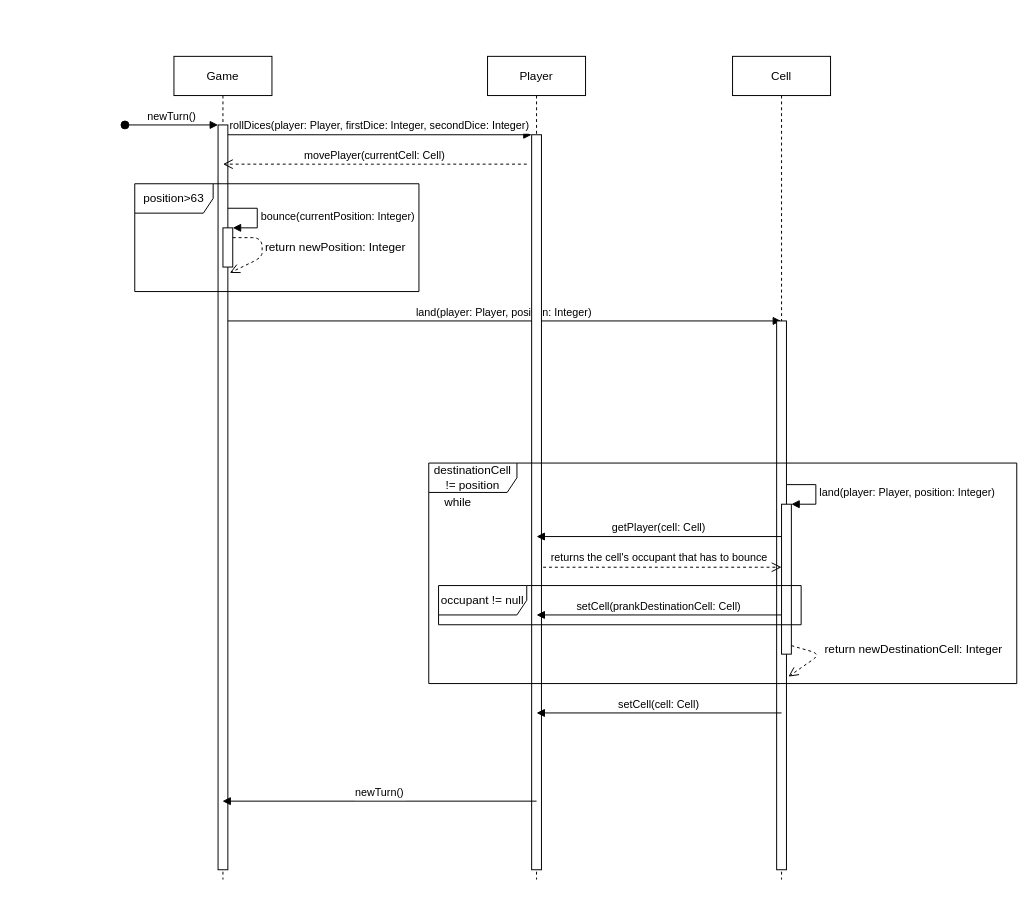
Before: Diagrams/Sequence Diagrams/TheGooseGame_SD_movePlayer.drawio in diegorodolfofranco/the-goose-game, a draw.io diagram. Source tidied: cells renumbered, new cells numbered last; positions are measured from the earlier drawing's top-left corner, leaving out a move shared by most shapes. Both pictures are drawn from the tidied source at 98%, with x=0, y=0 at pixel (124, 56).
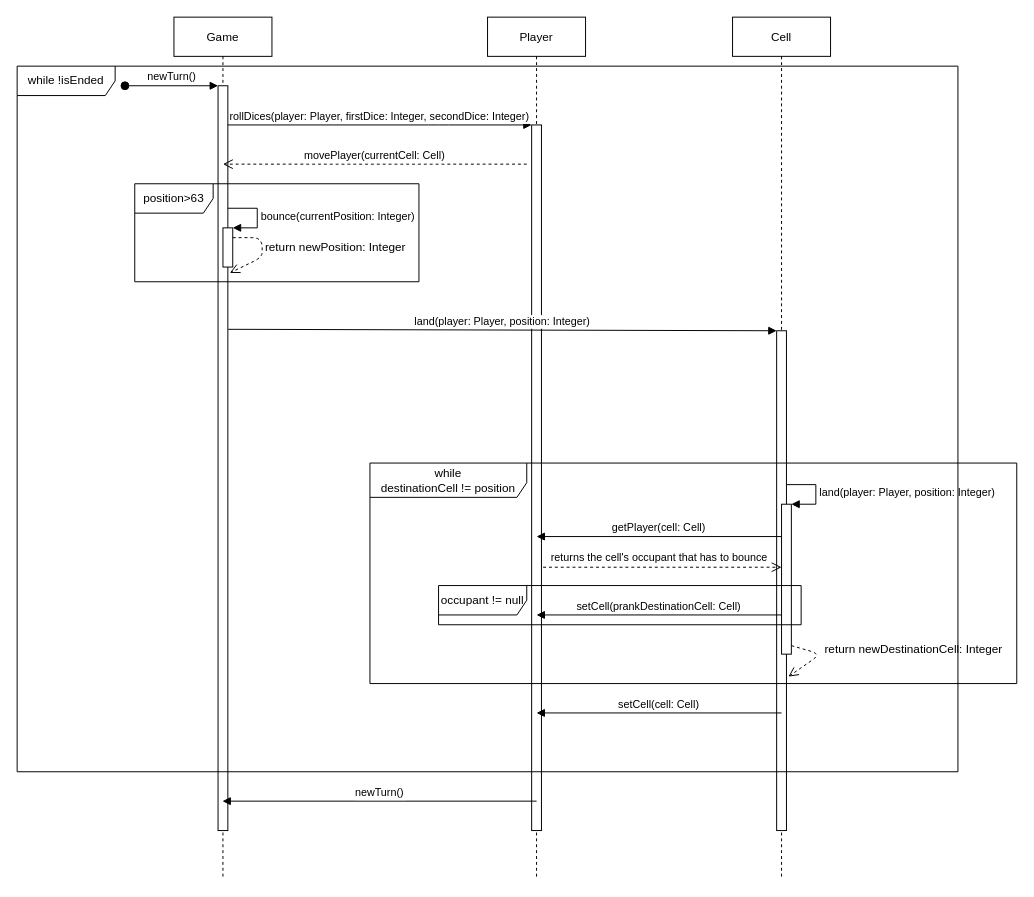
The same diagram, later.

The change refers to these unchanged cells:
```xml
<mxCell id="3" style="points=[];perimeter=orthogonalPerimeter;rounded=0;shadow=0;strokeWidth=1;" parent="2" vertex="1">
  <mxGeometry x="45" y="70" width="10" height="760" as="geometry" />
</mxCell>
```

Diff of the diagram source:
```diff
@@
     <mxCell id="2" value="Game" style="shape=umlLifeline;perimeter=lifelinePerimeter;rounded=0;shadow=0;strokeWidth=1;" parent="1" vertex="1">
-      <mxGeometry x="50" width="100" height="840" as="geometry" />
+      <mxGeometry x="50" y="-40" width="100" height="880" as="geometry" />
     </mxCell>
@@
-    <mxCell id="5" value="land(player: Player, position: Integer)" style="verticalAlign=bottom;endArrow=block;shadow=0;strokeWidth=1;" parent="2" edge="1" target="15">
-      <mxGeometry relative="1" as="geometry">
-        <mxPoint x="55" y="270" as="sourcePoint" />
-      </mxGeometry>
-    </mxCell>
     <mxCell id="6" value="Player" style="shape=umlLifeline;perimeter=lifelinePerimeter;rounded=0;shadow=0;strokeWidth=1;" parent="1" vertex="1">
-      <mxGeometry x="370" width="100" height="840" as="geometry" />
+      <mxGeometry x="370" y="-40" width="100" height="880" as="geometry" />
     </mxCell>
     <mxCell id="7" style="points=[];perimeter=orthogonalPerimeter;rounded=0;shadow=0;strokeWidth=1;" parent="6" vertex="1">
-      <mxGeometry x="45" y="80" width="10" height="750" as="geometry" />
+      <mxGeometry x="45" y="110" width="10" height="720" as="geometry" />
     </mxCell>
-    <mxCell id="8" value="rollDices(player: Player, firstDice: Integer, secondDice: Integer)" style="verticalAlign=bottom;endArrow=block;entryX=0;entryY=0;shadow=0;strokeWidth=1;" parent="1" edge="1" source="3" target="7">
-      <mxGeometry relative="1" as="geometry" />
+    <mxCell id="8" value="rollDices(player: Player, firstDice: Integer, secondDice: Integer)" style="verticalAlign=bottom;endArrow=block;shadow=0;strokeWidth=1;" parent="1" edge="1" source="3" target="7">
+      <mxGeometry relative="1" as="geometry">
+        <Array as="points">
+          <mxPoint x="320" y="70" />
+        </Array>
+      </mxGeometry>
     </mxCell>
@@
     <mxCell id="10" value="position&amp;gt;63" style="shape=umlFrame;whiteSpace=wrap;html=1;width=80;height=30;" parent="1" vertex="1">
-      <mxGeometry x="10" y="130" width="290" height="110" as="geometry" />
+      <mxGeometry x="10" y="130" width="290" height="100" as="geometry" />
     </mxCell>
@@
     <mxCell id="15" value="Cell" style="shape=umlLifeline;perimeter=lifelinePerimeter;rounded=0;shadow=0;strokeWidth=1;" parent="1" vertex="1">
-      <mxGeometry x="620" width="100" height="840" as="geometry" />
+      <mxGeometry x="620" y="-40" width="100" height="880" as="geometry" />
     </mxCell>
     <mxCell id="16" style="points=[];perimeter=orthogonalPerimeter;rounded=0;shadow=0;strokeWidth=1;" parent="15" vertex="1">
-      <mxGeometry x="45" y="270" width="10" height="560" as="geometry" />
+      <mxGeometry x="45" y="320" width="10" height="510" as="geometry" />
     </mxCell>
-    <mxCell id="17" value="destinationCell != position" style="shape=umlFrame;whiteSpace=wrap;html=1;width=90;height=30;" parent="1" vertex="1">
-      <mxGeometry x="310" y="415" width="600" height="225" as="geometry" />
+    <mxCell id="17" value="while&lt;br&gt;destinationCell != position" style="shape=umlFrame;whiteSpace=wrap;html=1;width=160;height=35;" parent="1" vertex="1">
+      <mxGeometry x="250" y="415" width="660" height="225" as="geometry" />
     </mxCell>
-    <mxCell id="18" value="while" style="text;html=1;strokeColor=none;fillColor=none;align=center;verticalAlign=middle;whiteSpace=wrap;rounded=0;" parent="1" vertex="1">
-      <mxGeometry x="310" y="440" width="60" height="30" as="geometry" />
-    </mxCell>
@@
+    <mxCell id="29" value="while !isEnded" style="shape=umlFrame;whiteSpace=wrap;html=1;width=100;height=30;" parent="1" vertex="1">
+      <mxGeometry x="-110" y="10" width="960" height="720" as="geometry" />
+    </mxCell>
@@
+    <mxCell id="5" value="land(player: Player, position: Integer)" style="verticalAlign=bottom;endArrow=block;shadow=0;strokeWidth=1;exitX=1.033;exitY=0.327;exitDx=0;exitDy=0;exitPerimeter=0;" parent="1" edge="1" source="3" target="16">
+      <mxGeometry relative="1" as="geometry" />
+    </mxCell>
```
